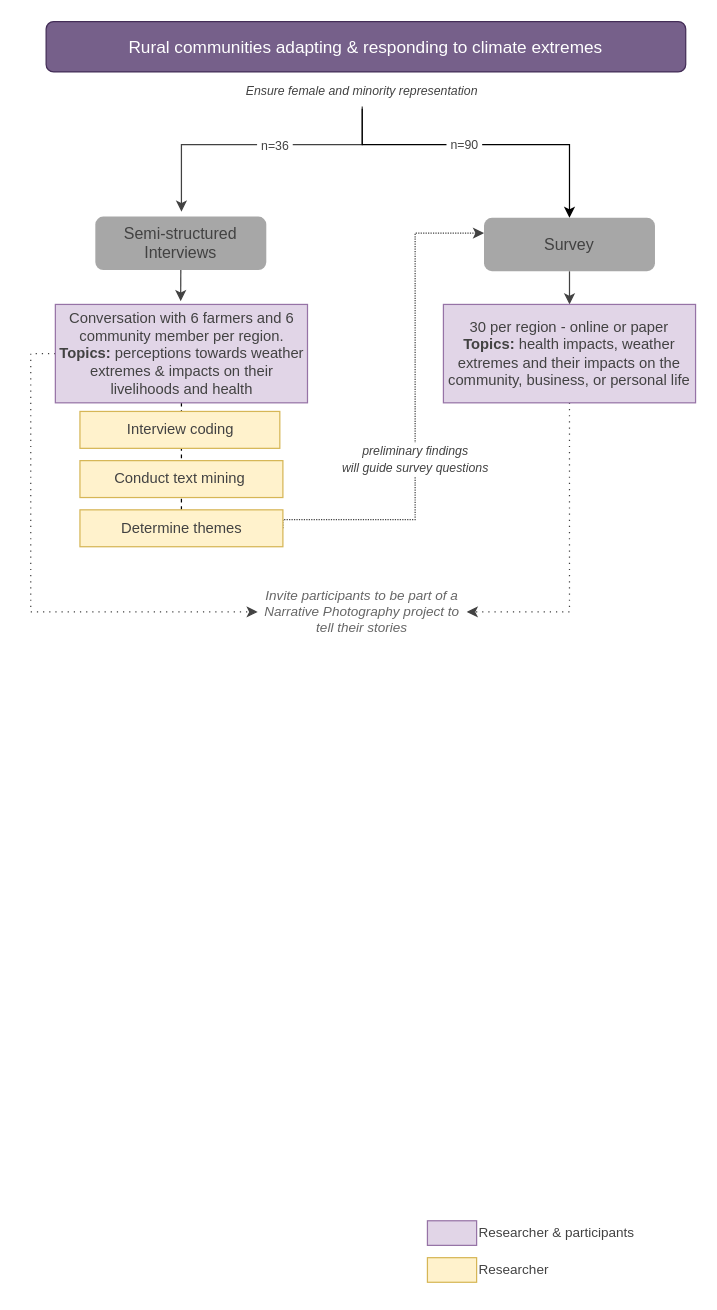
Earlier version of the draw.io diagram NCsare.drawio (dealchre/gradDrawio). Source tidied: cells renumbered, new cells numbered last; positions are measured from the earlier drawing's top-left corner, leaving out a move shared by most shapes. Both pictures are drawn from the tidied source at 123%, with x=0, y=0 at pixel (46, 21).
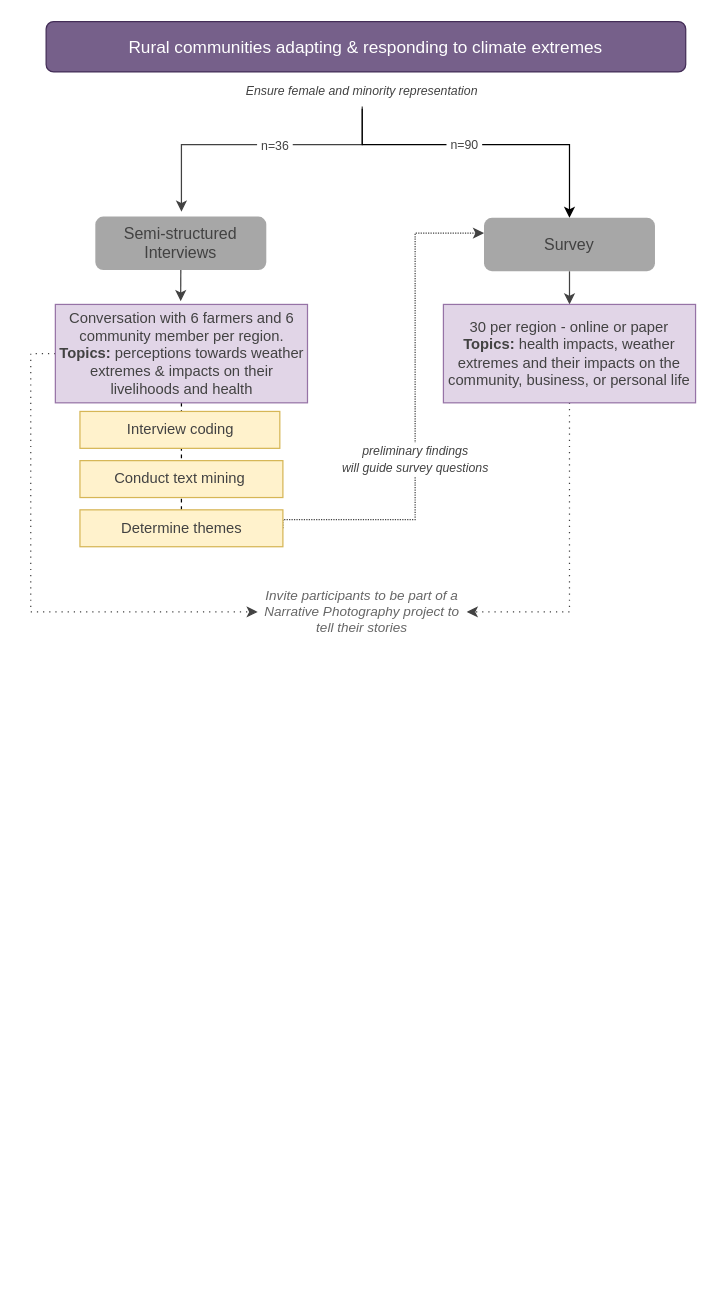
After the change.

Diff of the diagram source:
```diff
@@
-    <mxCell id="13" style="group;fontColor=#424242;" parent="1" vertex="1">
-      <mxGeometry x="310" y="970" width="196" height="60" as="geometry" />
-    </mxCell>
-    <mxCell id="14" style="rounded=0;whiteSpace=wrap;html=1;fontSize=13;fillColor=#e1d5e7;strokeColor=#9673a6;fontColor=#424242;" parent="13" vertex="1">
-      <mxGeometry y="5" width="40" height="20" as="geometry" />
-    </mxCell>
-    <mxCell id="15" value="Researcher &amp;amp; participants" style="text;html=1;strokeColor=none;fillColor=none;align=left;verticalAlign=middle;whiteSpace=wrap;rounded=0;fontSize=11;fontColor=#424242;" parent="13" vertex="1">
-      <mxGeometry x="40" width="155" height="30" as="geometry" />
-    </mxCell>
-    <mxCell id="16" style="rounded=0;whiteSpace=wrap;html=1;fontSize=13;fillColor=#fff2cc;strokeColor=#d6b656;fontColor=#424242;" parent="13" vertex="1">
-      <mxGeometry y="35" width="40" height="20" as="geometry" />
-    </mxCell>
-    <mxCell id="17" value="Researcher&amp;nbsp;" style="text;html=1;strokeColor=none;fillColor=none;align=left;verticalAlign=middle;whiteSpace=wrap;rounded=0;fontSize=11;fontColor=#424242;" parent="13" vertex="1">
-      <mxGeometry x="40" y="30" width="156" height="30" as="geometry" />
-    </mxCell>
```
